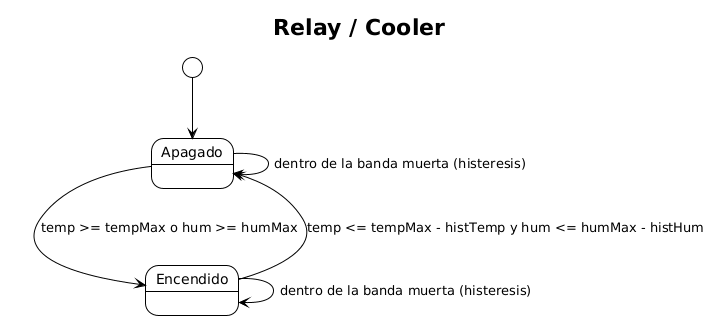
Before: docs/uml/state_relay.png, a diagram exported from PlantUML (andinogabriel/plc-control-backend).
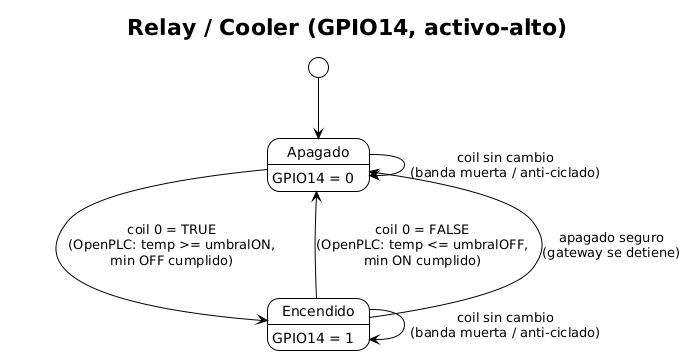
Later version of the same file.

Diff of the diagram source:
```diff
@@ -2,11 +2,14 @@
 !theme plain
 skinparam backgroundColor #FFFFFF
 skinparam shadowing false
-title Relay / Cooler
+title Relay / Cooler (GPIO14, activo-alto)
 
 [*] --> Apagado
-Apagado --> Encendido : temp >= tempMax o hum >= humMax
-Encendido --> Apagado : temp <= tempMax - histTemp y hum <= humMax - histHum
-Encendido --> Encendido : dentro de la banda muerta (histeresis)
-Apagado --> Apagado : dentro de la banda muerta (histeresis)
+Apagado : GPIO14 = 0
+Encendido : GPIO14 = 1
+Apagado --> Encendido : coil 0 = TRUE\n(OpenPLC: temp >= umbralON,\nmin OFF cumplido)
+Encendido --> Apagado : coil 0 = FALSE\n(OpenPLC: temp <= umbralOFF,\nmin ON cumplido)
+Encendido --> Encendido : coil sin cambio\n(banda muerta / anti-ciclado)
+Apagado --> Apagado : coil sin cambio\n(banda muerta / anti-ciclado)
+Encendido --> Apagado : apagado seguro\n(gateway se detiene)
 @enduml
```
